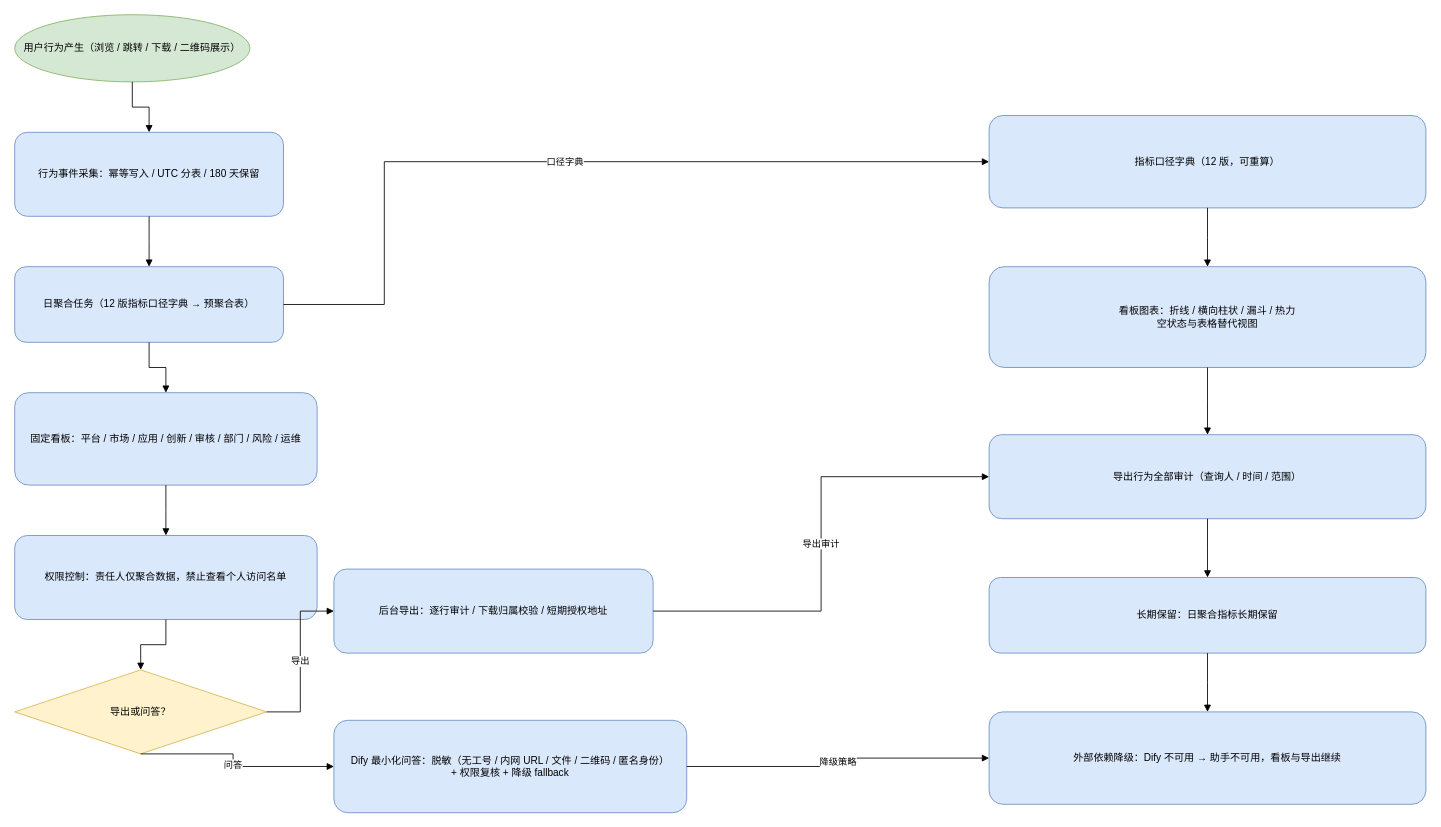
The draw.io diagram docs/flowchart/06-analytics-export-assistant.drawio in lzc452/AI-HUB-PLATFORM, before the edit. Source tidied: cells renumbered, new cells numbered last; positions are measured from the earlier drawing's top-left corner, leaving out a move shared by most shapes. Both pictures are drawn from the tidied source at 84%, with x=0, y=0 at pixel (14, 14).
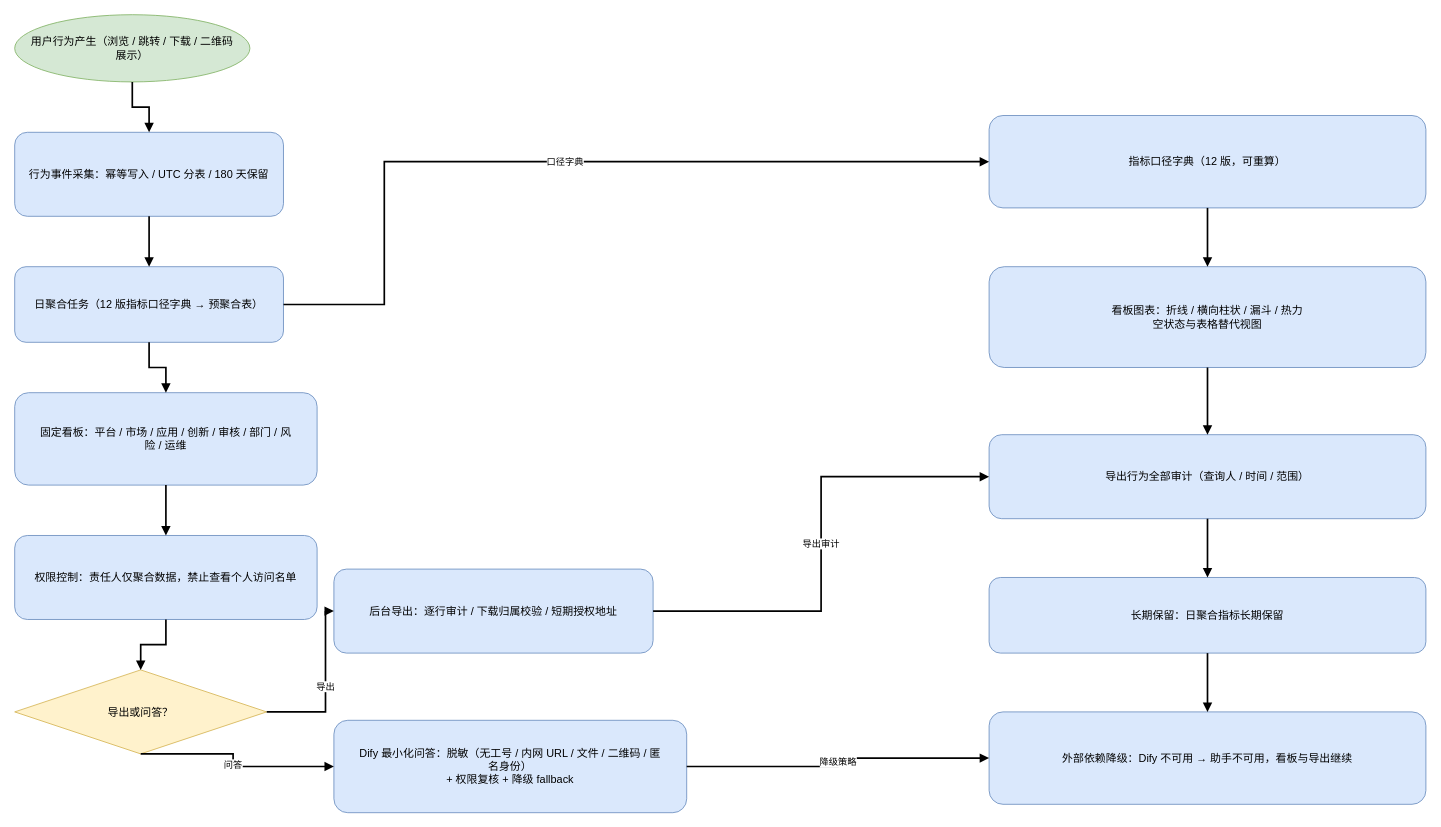
Above is the later version.

Diff of the diagram source:
```diff
@@
-    <mxCell id="2" value="用户行为产生（浏览 / 跳转 / 下载 / 二维码展示）" style="ellipse;whiteSpace=wrap;html=1;fillColor=#d5e8d4;strokeColor=#82b366;fontFamily=Microsoft YaHei;" parent="1" vertex="1">
+    <mxCell id="2" value="用户行为产生（浏览 / 跳转 / 下载 / 二维码&#10;展示）" style="ellipse;whiteSpace=wrap;html=1;fillColor=#d5e8d4;strokeColor=#82b366;fontFamily=Microsoft YaHei;fontSize=13;verticalAlign=middle;" parent="1" vertex="1">
       <mxGeometry width="280" height="80" as="geometry" />
     </mxCell>
-    <mxCell id="3" value="行为事件采集：幂等写入 / UTC 分表 / 180 天保留" style="rounded=1;whiteSpace=wrap;html=1;fillColor=#dae8fc;strokeColor=#6c8ebf;fontFamily=Microsoft YaHei;" parent="1" vertex="1">
+    <mxCell id="3" value="行为事件采集：幂等写入 / UTC 分表 / 180 天保留" style="rounded=1;whiteSpace=wrap;html=1;fillColor=#dae8fc;strokeColor=#6c8ebf;fontFamily=Microsoft YaHei;fontSize=13;verticalAlign=middle;" parent="1" vertex="1">
       <mxGeometry y="140" width="320" height="100" as="geometry" />
     </mxCell>
-    <mxCell id="4" value="日聚合任务（12 版指标口径字典 → 预聚合表）" style="rounded=1;whiteSpace=wrap;html=1;fillColor=#dae8fc;strokeColor=#6c8ebf;fontFamily=Microsoft YaHei;" parent="1" vertex="1">
+    <mxCell id="4" value="日聚合任务（12 版指标口径字典 → 预聚合表）" style="rounded=1;whiteSpace=wrap;html=1;fillColor=#dae8fc;strokeColor=#6c8ebf;fontFamily=Microsoft YaHei;fontSize=13;verticalAlign=middle;" parent="1" vertex="1">
       <mxGeometry y="300" width="320" height="90" as="geometry" />
     </mxCell>
-    <mxCell id="5" value="固定看板：平台 / 市场 / 应用 / 创新 / 审核 / 部门 / 风险 / 运维" style="rounded=1;whiteSpace=wrap;html=1;fillColor=#dae8fc;strokeColor=#6c8ebf;fontFamily=Microsoft YaHei;" parent="1" vertex="1">
+    <mxCell id="5" value="固定看板：平台 / 市场 / 应用 / 创新 / 审核 / 部门 / 风&#10;险 / 运维" style="rounded=1;whiteSpace=wrap;html=1;fillColor=#dae8fc;strokeColor=#6c8ebf;fontFamily=Microsoft YaHei;fontSize=13;verticalAlign=middle;" parent="1" vertex="1">
       <mxGeometry y="450" width="360" height="110" as="geometry" />
     </mxCell>
-    <mxCell id="6" value="权限控制：责任人仅聚合数据，禁止查看个人访问名单" style="rounded=1;whiteSpace=wrap;html=1;fillColor=#dae8fc;strokeColor=#6c8ebf;fontFamily=Microsoft YaHei;" parent="1" vertex="1">
+    <mxCell id="6" value="权限控制：责任人仅聚合数据，禁止查看个人访问名单" style="rounded=1;whiteSpace=wrap;html=1;fillColor=#dae8fc;strokeColor=#6c8ebf;fontFamily=Microsoft YaHei;fontSize=13;verticalAlign=middle;" parent="1" vertex="1">
       <mxGeometry y="620" width="360" height="100" as="geometry" />
     </mxCell>
-    <mxCell id="7" value="导出或问答？" style="rhombus;whiteSpace=wrap;html=1;fillColor=#fff2cc;strokeColor=#d6b656;fontFamily=Microsoft YaHei;" parent="1" vertex="1">
+    <mxCell id="7" value="导出或问答？" style="rhombus;whiteSpace=wrap;html=1;fillColor=#fff2cc;strokeColor=#d6b656;fontFamily=Microsoft YaHei;fontSize=13;verticalAlign=middle;" parent="1" vertex="1">
       <mxGeometry y="780" width="300" height="100" as="geometry" />
     </mxCell>
-    <mxCell id="8" value="后台导出：逐行审计 / 下载归属校验 / 短期授权地址" style="rounded=1;whiteSpace=wrap;html=1;fillColor=#dae8fc;strokeColor=#6c8ebf;fontFamily=Microsoft YaHei;" parent="1" vertex="1">
+    <mxCell id="8" value="后台导出：逐行审计 / 下载归属校验 / 短期授权地址" style="rounded=1;whiteSpace=wrap;html=1;fillColor=#dae8fc;strokeColor=#6c8ebf;fontFamily=Microsoft YaHei;fontSize=13;verticalAlign=middle;" parent="1" vertex="1">
       <mxGeometry x="380" y="660" width="380" height="100" as="geometry" />
     </mxCell>
-    <mxCell id="9" value="Dify 最小化问答：脱敏（无工号 / 内网 URL / 文件 / 二维码 / 匿名身份）&#10;+ 权限复核 + 降级 fallback" style="rounded=1;whiteSpace=wrap;html=1;fillColor=#dae8fc;strokeColor=#6c8ebf;fontFamily=Microsoft YaHei;" parent="1" vertex="1">
+    <mxCell id="9" value="Dify 最小化问答：脱敏（无工号 / 内网 URL / 文件 / 二维码 / 匿&#10;名身份）&#10;+ 权限复核 + 降级 fallback" style="rounded=1;whiteSpace=wrap;html=1;fillColor=#dae8fc;strokeColor=#6c8ebf;fontFamily=Microsoft YaHei;fontSize=13;verticalAlign=middle;" parent="1" vertex="1">
       <mxGeometry x="380" y="840" width="420" height="110" as="geometry" />
     </mxCell>
-    <mxCell id="10" value="指标口径字典（12 版，可重算）" style="rounded=1;whiteSpace=wrap;html=1;fillColor=#dae8fc;strokeColor=#6c8ebf;fontFamily=Microsoft YaHei;" parent="1" vertex="1">
+    <mxCell id="10" value="指标口径字典（12 版，可重算）" style="rounded=1;whiteSpace=wrap;html=1;fillColor=#dae8fc;strokeColor=#6c8ebf;fontFamily=Microsoft YaHei;fontSize=13;verticalAlign=middle;" parent="1" vertex="1">
       <mxGeometry x="1160" y="120" width="520" height="110" as="geometry" />
     </mxCell>
-    <mxCell id="11" value="看板图表：折线 / 横向柱状 / 漏斗 / 热力&#10;空状态与表格替代视图" style="rounded=1;whiteSpace=wrap;html=1;fillColor=#dae8fc;strokeColor=#6c8ebf;fontFamily=Microsoft YaHei;" parent="1" vertex="1">
+    <mxCell id="11" value="看板图表：折线 / 横向柱状 / 漏斗 / 热力&#10;空状态与表格替代视图" style="rounded=1;whiteSpace=wrap;html=1;fillColor=#dae8fc;strokeColor=#6c8ebf;fontFamily=Microsoft YaHei;fontSize=13;verticalAlign=middle;" parent="1" vertex="1">
       <mxGeometry x="1160" y="300" width="520" height="120" as="geometry" />
     </mxCell>
-    <mxCell id="12" value="导出行为全部审计（查询人 / 时间 / 范围）" style="rounded=1;whiteSpace=wrap;html=1;fillColor=#dae8fc;strokeColor=#6c8ebf;fontFamily=Microsoft YaHei;" parent="1" vertex="1">
+    <mxCell id="12" value="导出行为全部审计（查询人 / 时间 / 范围）" style="rounded=1;whiteSpace=wrap;html=1;fillColor=#dae8fc;strokeColor=#6c8ebf;fontFamily=Microsoft YaHei;fontSize=13;verticalAlign=middle;" parent="1" vertex="1">
       <mxGeometry x="1160" y="500" width="520" height="100" as="geometry" />
     </mxCell>
-    <mxCell id="13" value="长期保留：日聚合指标长期保留" style="rounded=1;whiteSpace=wrap;html=1;fillColor=#dae8fc;strokeColor=#6c8ebf;fontFamily=Microsoft YaHei;" parent="1" vertex="1">
+    <mxCell id="13" value="长期保留：日聚合指标长期保留" style="rounded=1;whiteSpace=wrap;html=1;fillColor=#dae8fc;strokeColor=#6c8ebf;fontFamily=Microsoft YaHei;fontSize=13;verticalAlign=middle;" parent="1" vertex="1">
       <mxGeometry x="1160" y="670" width="520" height="90" as="geometry" />
     </mxCell>
-    <mxCell id="14" value="外部依赖降级：Dify 不可用 → 助手不可用，看板与导出继续" style="rounded=1;whiteSpace=wrap;html=1;fillColor=#dae8fc;strokeColor=#6c8ebf;fontFamily=Microsoft YaHei;" parent="1" vertex="1">
+    <mxCell id="14" value="外部依赖降级：Dify 不可用 → 助手不可用，看板与导出继续" style="rounded=1;whiteSpace=wrap;html=1;fillColor=#dae8fc;strokeColor=#6c8ebf;fontFamily=Microsoft YaHei;fontSize=13;verticalAlign=middle;" parent="1" vertex="1">
       <mxGeometry x="1160" y="830" width="520" height="110" as="geometry" />
     </mxCell>
-    <mxCell id="15" style="edgeStyle=orthogonalEdgeStyle;rounded=0;jettySize=auto;html=1;endArrow=block;exitX=0.5;exitY=1;entryX=0.5;entryY=0;" parent="1" edge="1" source="2" target="3">
+    <mxCell id="15" style="edgeStyle=orthogonalEdgeStyle;rounded=0;jettySize=auto;html=1;endArrow=block;strokeWidth=2;exitX=0.5;exitY=1;entryX=0.5;entryY=0;" parent="1" edge="1" source="2" target="3">
       <mxGeometry relative="1" as="geometry">
         <Array as="points">
           <mxPoint x="140" y="80" />
           <mxPoint x="140" y="110" />
           <mxPoint x="160" y="110" />
           <mxPoint x="160" y="140" />
         </Array>
       </mxGeometry>
     </mxCell>
-    <mxCell id="16" style="edgeStyle=orthogonalEdgeStyle;rounded=0;jettySize=auto;html=1;endArrow=block;exitX=0.5;exitY=1;entryX=0.5;entryY=0;" parent="1" edge="1" source="3" target="4">
+    <mxCell id="16" style="edgeStyle=orthogonalEdgeStyle;rounded=0;jettySize=auto;html=1;endArrow=block;strokeWidth=2;exitX=0.5;exitY=1;entryX=0.5;entryY=0;" parent="1" edge="1" source="3" target="4">
       <mxGeometry relative="1" as="geometry">
         <Array as="points">
           <mxPoint x="160" y="270" />
           <mxPoint x="160" y="270" />
         </Array>
       </mxGeometry>
     </mxCell>
-    <mxCell id="17" style="edgeStyle=orthogonalEdgeStyle;rounded=0;jettySize=auto;html=1;endArrow=block;exitX=0.5;exitY=1;entryX=0.5;entryY=0;" parent="1" edge="1" source="4" target="5">
+    <mxCell id="17" style="edgeStyle=orthogonalEdgeStyle;rounded=0;jettySize=auto;html=1;endArrow=block;strokeWidth=2;exitX=0.5;exitY=1;entryX=0.5;entryY=0;" parent="1" edge="1" source="4" target="5">
       <mxGeometry relative="1" as="geometry">
         <Array as="points">
           <mxPoint x="160" y="390" />
           <mxPoint x="160" y="420" />
           <mxPoint x="180" y="420" />
           <mxPoint x="180" y="450" />
         </Array>
       </mxGeometry>
     </mxCell>
-    <mxCell id="18" style="edgeStyle=orthogonalEdgeStyle;rounded=0;jettySize=auto;html=1;endArrow=block;exitX=0.5;exitY=1;entryX=0.5;entryY=0;" parent="1" edge="1" source="5" target="6">
+    <mxCell id="18" style="edgeStyle=orthogonalEdgeStyle;rounded=0;jettySize=auto;html=1;endArrow=block;strokeWidth=2;exitX=0.5;exitY=1;entryX=0.5;entryY=0;" parent="1" edge="1" source="5" target="6">
       <mxGeometry relative="1" as="geometry">
         <Array as="points">
           <mxPoint x="180" y="590" />
           <mxPoint x="180" y="590" />
         </Array>
       </mxGeometry>
     </mxCell>
-    <mxCell id="19" style="edgeStyle=orthogonalEdgeStyle;rounded=0;jettySize=auto;html=1;endArrow=block;exitX=0.5;exitY=1;entryX=0.5;entryY=0;" parent="1" edge="1" source="6" target="7">
+    <mxCell id="19" style="edgeStyle=orthogonalEdgeStyle;rounded=0;jettySize=auto;html=1;endArrow=block;strokeWidth=2;exitX=0.5;exitY=1;entryX=0.5;entryY=0;" parent="1" edge="1" source="6" target="7">
       <mxGeometry relative="1" as="geometry">
         <Array as="points">
           <mxPoint x="180" y="720" />
           <mxPoint x="180" y="750" />
           <mxPoint x="150" y="750" />
           <mxPoint x="150" y="780" />
         </Array>
       </mxGeometry>
     </mxCell>
-    <mxCell id="20" value="导出" style="edgeStyle=orthogonalEdgeStyle;rounded=0;jettySize=auto;html=1;endArrow=block;exitX=1;exitY=0.5;entryX=0;entryY=0.5;fontSize=11;labelBackgroundColor=#ffffff;" parent="1" edge="1" source="7" target="8">
+    <mxCell id="20" value="导出" style="edgeStyle=orthogonalEdgeStyle;rounded=0;jettySize=auto;html=1;endArrow=block;strokeWidth=2;exitX=1;exitY=0.5;entryX=0;entryY=0.5;fontSize=11;labelBackgroundColor=#ffffff;" parent="1" edge="1" source="7" target="8">
       <mxGeometry relative="1" as="geometry">
         <Array as="points">
           <mxPoint x="300" y="830" />
-          <mxPoint x="340" y="830" />
-          <mxPoint x="340" y="710" />
+          <mxPoint x="370" y="830" />
+          <mxPoint x="370" y="710" />
           <mxPoint x="380" y="710" />
         </Array>
       </mxGeometry>
     </mxCell>
-    <mxCell id="21" value="问答" style="edgeStyle=orthogonalEdgeStyle;rounded=0;jettySize=auto;html=1;endArrow=block;exitX=0.5;exitY=1;entryX=0;entryY=0.5;fontSize=11;labelBackgroundColor=#ffffff;" parent="1" edge="1" source="7" target="9">
+    <mxCell id="21" value="问答" style="edgeStyle=orthogonalEdgeStyle;rounded=0;jettySize=auto;html=1;endArrow=block;strokeWidth=2;exitX=0.5;exitY=1;entryX=0;entryY=0.5;fontSize=11;labelBackgroundColor=#ffffff;" parent="1" edge="1" source="7" target="9">
       <mxGeometry relative="1" as="geometry">
         <Array as="points">
           <mxPoint x="150" y="880" />
           <mxPoint x="260" y="880" />
           <mxPoint x="260" y="895" />
           <mxPoint x="380" y="895" />
         </Array>
       </mxGeometry>
     </mxCell>
-    <mxCell id="22" value="口径字典" style="edgeStyle=orthogonalEdgeStyle;rounded=0;jettySize=auto;html=1;endArrow=block;exitX=1;exitY=0.5;entryX=0;entryY=0.5;fontSize=11;labelBackgroundColor=#ffffff;" parent="1" edge="1" source="4" target="10">
+    <mxCell id="22" value="口径字典" style="edgeStyle=orthogonalEdgeStyle;rounded=0;jettySize=auto;html=1;endArrow=block;strokeWidth=2;exitX=1;exitY=0.5;entryX=0;entryY=0.5;fontSize=11;labelBackgroundColor=#ffffff;" parent="1" edge="1" source="4" target="10">
       <mxGeometry relative="1" as="geometry">
         <Array as="points">
           <mxPoint x="320" y="345" />
           <mxPoint x="440" y="345" />
           <mxPoint x="440" y="175" />
           <mxPoint x="1160" y="175" />
         </Array>
       </mxGeometry>
     </mxCell>
-    <mxCell id="23" value="导出审计" style="edgeStyle=orthogonalEdgeStyle;rounded=0;jettySize=auto;html=1;endArrow=block;exitX=1;exitY=0.5;entryX=0;entryY=0.5;fontSize=11;labelBackgroundColor=#ffffff;" parent="1" edge="1" source="8" target="12">
+    <mxCell id="23" value="导出审计" style="edgeStyle=orthogonalEdgeStyle;rounded=0;jettySize=auto;html=1;endArrow=block;strokeWidth=2;exitX=1;exitY=0.5;entryX=0;entryY=0.5;fontSize=11;labelBackgroundColor=#ffffff;" parent="1" edge="1" source="8" target="12">
       <mxGeometry relative="1" as="geometry">
         <Array as="points">
           <mxPoint x="760" y="710" />
           <mxPoint x="960" y="710" />
           <mxPoint x="960" y="550" />
           <mxPoint x="1160" y="550" />
         </Array>
       </mxGeometry>
     </mxCell>
-    <mxCell id="24" value="降级策略" style="edgeStyle=orthogonalEdgeStyle;rounded=0;jettySize=auto;html=1;endArrow=block;exitX=1;exitY=0.5;entryX=0;entryY=0.5;fontSize=11;labelBackgroundColor=#ffffff;" parent="1" edge="1" source="9" target="14">
+    <mxCell id="24" value="降级策略" style="edgeStyle=orthogonalEdgeStyle;rounded=0;jettySize=auto;html=1;endArrow=block;strokeWidth=2;exitX=1;exitY=0.5;entryX=0;entryY=0.5;fontSize=11;labelBackgroundColor=#ffffff;" parent="1" edge="1" source="9" target="14">
       <mxGeometry relative="1" as="geometry">
         <Array as="points">
           <mxPoint x="800" y="895" />
           <mxPoint x="980" y="895" />
           <mxPoint x="980" y="885" />
           <mxPoint x="1160" y="885" />
         </Array>
       </mxGeometry>
     </mxCell>
-    <mxCell id="25" style="edgeStyle=orthogonalEdgeStyle;rounded=0;jettySize=auto;html=1;endArrow=block;exitX=0.5;exitY=1;entryX=0.5;entryY=0;" parent="1" edge="1" source="10" target="11">
+    <mxCell id="25" style="edgeStyle=orthogonalEdgeStyle;rounded=0;jettySize=auto;html=1;endArrow=block;strokeWidth=2;exitX=0.5;exitY=1;entryX=0.5;entryY=0;" parent="1" edge="1" source="10" target="11">
       <mxGeometry relative="1" as="geometry">
         <Array as="points">
           <mxPoint x="1420" y="265" />
           <mxPoint x="1420" y="265" />
         </Array>
       </mxGeometry>
     </mxCell>
-    <mxCell id="26" style="edgeStyle=orthogonalEdgeStyle;rounded=0;jettySize=auto;html=1;endArrow=block;exitX=0.5;exitY=1;entryX=0.5;entryY=0;" parent="1" edge="1" source="11" target="12">
+    <mxCell id="26" style="edgeStyle=orthogonalEdgeStyle;rounded=0;jettySize=auto;html=1;endArrow=block;strokeWidth=2;exitX=0.5;exitY=1;entryX=0.5;entryY=0;" parent="1" edge="1" source="11" target="12">
       <mxGeometry relative="1" as="geometry">
         <Array as="points">
           <mxPoint x="1420" y="460" />
           <mxPoint x="1420" y="460" />
         </Array>
       </mxGeometry>
     </mxCell>
-    <mxCell id="27" style="edgeStyle=orthogonalEdgeStyle;rounded=0;jettySize=auto;html=1;endArrow=block;exitX=0.5;exitY=1;entryX=0.5;entryY=0;" parent="1" edge="1" source="12" target="13">
+    <mxCell id="27" style="edgeStyle=orthogonalEdgeStyle;rounded=0;jettySize=auto;html=1;endArrow=block;strokeWidth=2;exitX=0.5;exitY=1;entryX=0.5;entryY=0;" parent="1" edge="1" source="12" target="13">
       <mxGeometry relative="1" as="geometry">
         <Array as="points">
           <mxPoint x="1420" y="635" />
           <mxPoint x="1420" y="635" />
         </Array>
       </mxGeometry>
     </mxCell>
-    <mxCell id="28" style="edgeStyle=orthogonalEdgeStyle;rounded=0;jettySize=auto;html=1;endArrow=block;exitX=0.5;exitY=1;entryX=0.5;entryY=0;" parent="1" edge="1" source="13" target="14">
+    <mxCell id="28" style="edgeStyle=orthogonalEdgeStyle;rounded=0;jettySize=auto;html=1;endArrow=block;strokeWidth=2;exitX=0.5;exitY=1;entryX=0.5;entryY=0;" parent="1" edge="1" source="13" target="14">
       <mxGeometry relative="1" as="geometry">
         <Array as="points">
           <mxPoint x="1420" y="795" />
           <mxPoint x="1420" y="795" />
         </Array>
       </mxGeometry>
     </mxCell>
```
